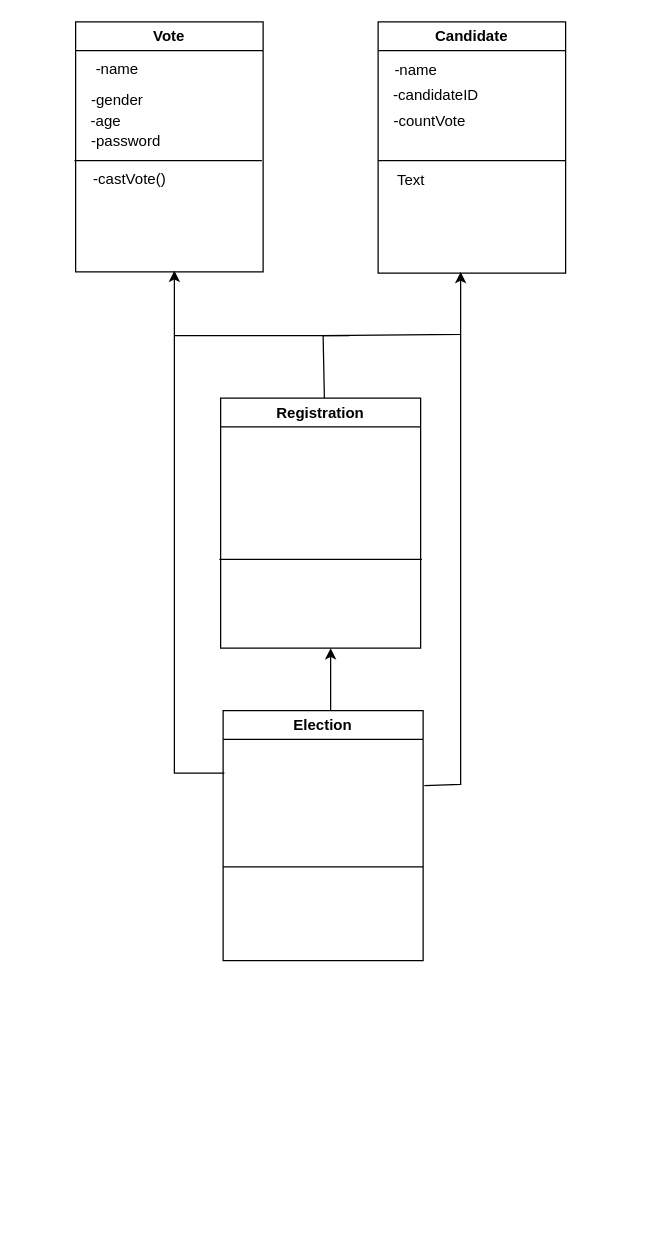
Earlier version of the draw.io diagram Election.drawio (BabatundeOla1/Election-Snacks). Source tidied: cells renumbered, new cells numbered last; positions are measured from the earlier drawing's top-left corner, leaving out a move shared by most shapes. Both pictures are drawn from the tidied source at 125%, with x=0, y=0 at pixel (74, 21).
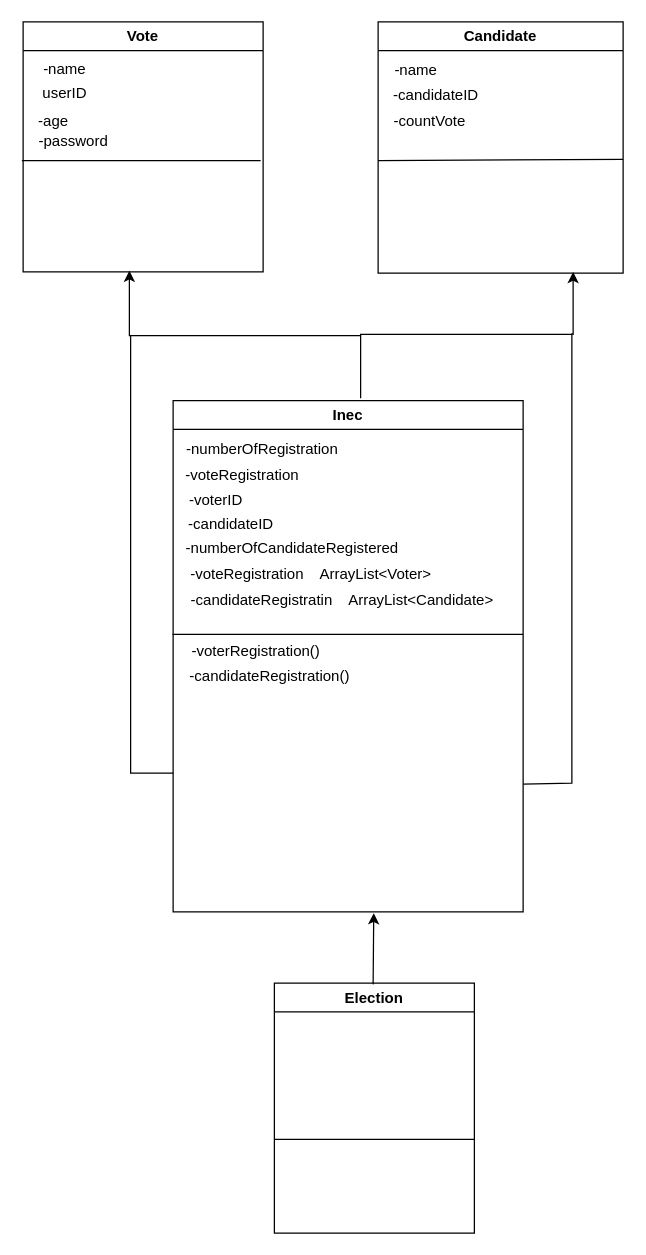
After the change.

Change to the diagram source:
```diff
@@
     <mxCell id="2" value="Vote" style="swimlane;whiteSpace=wrap;html=1;startSize=23;" parent="1" vertex="1">
-      <mxGeometry x="1" width="150" height="200" as="geometry" />
+      <mxGeometry x="-41" width="192" height="200" as="geometry" />
     </mxCell>
@@
-    <mxCell id="5" value="-gender" style="text;html=1;align=center;verticalAlign=middle;strokeColor=none;fillColor=none;" parent="2" vertex="1">
-      <mxGeometry x="3" y="48" width="60" height="30" as="geometry" />
+    <mxCell id="5" value="userID" style="text;html=1;align=center;verticalAlign=middle;strokeColor=none;fillColor=none;" parent="2" vertex="1">
+      <mxGeometry x="3" y="42" width="60" height="30" as="geometry" />
     </mxCell>
@@
-    <mxCell id="7" value="-castVote()" style="text;html=1;align=center;verticalAlign=middle;strokeColor=none;fillColor=none;" parent="2" vertex="1">
-      <mxGeometry x="3" y="111" width="80" height="30" as="geometry" />
-    </mxCell>
     <mxCell id="8" style="endArrow=none;html=1;rounded=0;" parent="2" edge="1">
       <mxGeometry relative="1" as="geometry">
         <mxPoint x="-1" y="111" as="sourcePoint" />
-        <mxPoint x="149" y="111" as="targetPoint" />
+        <mxPoint x="190" y="111" as="targetPoint" />
       </mxGeometry>
     </mxCell>
     <mxCell id="9" value="Candidate" style="swimlane;whiteSpace=wrap;html=1;" parent="1" vertex="1">
-      <mxGeometry x="243" width="150" height="201" as="geometry" />
+      <mxGeometry x="243" width="196" height="201" as="geometry" />
     </mxCell>
     <mxCell id="10" style="endArrow=none;html=1;rounded=0;" parent="9" edge="1">
       <mxGeometry relative="1" as="geometry">
         <mxPoint y="111" as="sourcePoint" />
-        <mxPoint x="150" y="111" as="targetPoint" />
+        <mxPoint x="196" y="110" as="targetPoint" />
       </mxGeometry>
     </mxCell>
-    <mxCell id="11" value="Registration" style="swimlane;whiteSpace=wrap;html=1;" parent="1" vertex="1">
-      <mxGeometry x="117" y="301" width="160" height="200" as="geometry" />
+    <mxCell id="11" value="Inec" style="swimlane;whiteSpace=wrap;html=1;startSize=23;" parent="1" vertex="1">
+      <mxGeometry x="79" y="303" width="280" height="409" as="geometry" />
     </mxCell>
     <mxCell id="12" style="endArrow=none;html=1;rounded=0;" parent="11" edge="1">
       <mxGeometry relative="1" as="geometry">
-        <mxPoint x="-1" y="129" as="sourcePoint" />
-        <mxPoint x="161" y="129" as="targetPoint" />
+        <mxPoint x="-0.5" y="187" as="sourcePoint" />
+        <mxPoint x="280" y="187" as="targetPoint" />
       </mxGeometry>
     </mxCell>
+    <mxCell id="24" value="-numberOfRegistration" style="text;html=1;align=center;verticalAlign=middle;strokeColor=none;fillColor=none;" parent="11" vertex="1">
+      <mxGeometry x="1" y="24" width="140" height="30" as="geometry" />
+    </mxCell>
     <mxCell id="13" style="endArrow=classic;html=1;rounded=0;" parent="1" edge="1">
       <mxGeometry relative="1" as="geometry">
-        <mxPoint x="200" y="301" as="sourcePoint" />
-        <mxPoint x="309" y="200" as="targetPoint" />
+        <mxPoint x="229" y="301" as="sourcePoint" />
+        <mxPoint x="399" y="200" as="targetPoint" />
         <Array as="points">
-          <mxPoint x="199" y="251" />
-          <mxPoint x="309" y="250" />
+          <mxPoint x="229" y="250" />
+          <mxPoint x="399" y="250" />
         </Array>
       </mxGeometry>
     </mxCell>
     <mxCell id="14" style="endArrow=classic;html=1;rounded=0;" parent="1" edge="1">
       <mxGeometry relative="1" as="geometry">
-        <mxPoint x="220" y="251" as="sourcePoint" />
-        <mxPoint x="80" y="199" as="targetPoint" />
+        <mxPoint x="229" y="251" as="sourcePoint" />
+        <mxPoint x="44" y="199" as="targetPoint" />
         <Array as="points">
-          <mxPoint x="80" y="251" />
+          <mxPoint x="44" y="251" />
         </Array>
       </mxGeometry>
     </mxCell>
     <mxCell id="15" value="Election" style="swimlane;whiteSpace=wrap;html=1;" parent="1" vertex="1">
-      <mxGeometry x="119" y="551" width="160" height="200" as="geometry" />
+      <mxGeometry x="160" y="769" width="160" height="200" as="geometry" />
     </mxCell>
@@
-    <mxCell id="17" style="endArrow=none;html=1;rounded=0;" parent="1" edge="1">
+    <mxCell id="17" style="endArrow=none;html=1;rounded=0;exitX=1;exitY=0.75;exitDx=0;exitDy=0;" parent="1" edge="1" source="11">
       <mxGeometry relative="1" as="geometry">
-        <mxPoint x="280" y="611" as="sourcePoint" />
-        <mxPoint x="309" y="250" as="targetPoint" />
+        <mxPoint x="398" y="249" as="targetPoint" />
         <Array as="points">
-          <mxPoint x="309" y="610" />
+          <mxPoint x="398" y="609" />
         </Array>
       </mxGeometry>
     </mxCell>
     <mxCell id="18" style="endArrow=none;html=1;rounded=0;" parent="1" edge="1">
       <mxGeometry relative="1" as="geometry">
-        <mxPoint x="120" y="601" as="sourcePoint" />
-        <mxPoint x="80" y="251" as="targetPoint" />
+        <mxPoint x="79" y="601" as="sourcePoint" />
+        <mxPoint x="45" y="251" as="targetPoint" />
         <Array as="points">
-          <mxPoint x="100" y="601" />
-          <mxPoint x="80" y="601" />
+          <mxPoint x="65" y="601" />
+          <mxPoint x="45" y="601" />
         </Array>
       </mxGeometry>
     </mxCell>
     <mxCell id="19" style="endArrow=classic;html=1;rounded=0;" parent="1" edge="1">
       <mxGeometry relative="1" as="geometry">
-        <mxPoint x="205" y="551" as="sourcePoint" />
-        <mxPoint x="205" y="501" as="targetPoint" />
+        <mxPoint x="239" y="770" as="sourcePoint" />
+        <mxPoint x="239.5" y="713" as="targetPoint" />
       </mxGeometry>
     </mxCell>
@@
-    <mxCell id="23" value="Text" style="text;html=1;align=center;verticalAlign=middle;strokeColor=none;fillColor=none;" parent="1" vertex="1">
-      <mxGeometry x="244" y="112" width="50" height="30" as="geometry" />
-    </mxCell>
+    <mxCell id="25" value="-voteRegistration" style="text;html=1;align=center;verticalAlign=middle;strokeColor=none;fillColor=none;" parent="1" vertex="1">
+      <mxGeometry x="79" y="348" width="110" height="30" as="geometry" />
+    </mxCell>
+    <mxCell id="26" value="-voterID" style="text;html=1;align=center;verticalAlign=middle;strokeColor=none;fillColor=none;" parent="1" vertex="1">
+      <mxGeometry x="78" y="368" width="70" height="30" as="geometry" />
+    </mxCell>
+    <mxCell id="27" value="-candidateID" style="text;html=1;align=center;verticalAlign=middle;strokeColor=none;fillColor=none;" parent="1" vertex="1">
+      <mxGeometry x="80" y="387" width="90" height="30" as="geometry" />
+    </mxCell>
+    <mxCell id="28" value="-numberOfCandidateRegistered" style="text;html=1;align=center;verticalAlign=middle;strokeColor=none;fillColor=none;" parent="1" vertex="1">
+      <mxGeometry x="79" y="406" width="190" height="30" as="geometry" />
+    </mxCell>
+    <mxCell id="29" value="-voteRegistration&amp;nbsp; &amp;nbsp; ArrayList&amp;lt;Voter&amp;gt;" style="text;html=1;align=center;verticalAlign=middle;strokeColor=none;fillColor=none;" parent="1" vertex="1">
+      <mxGeometry x="79" y="427" width="220" height="30" as="geometry" />
+    </mxCell>
+    <mxCell id="30" value="-candidateRegistratin&amp;nbsp; &amp;nbsp; ArrayList&amp;lt;Candidate&amp;gt;" style="text;html=1;align=center;verticalAlign=middle;strokeColor=none;fillColor=none;" parent="1" vertex="1">
+      <mxGeometry x="79" y="448" width="270" height="30" as="geometry" />
+    </mxCell>
+    <mxCell id="31" value="-voterRegistration()" style="text;html=1;align=center;verticalAlign=middle;strokeColor=none;fillColor=none;" parent="1" vertex="1">
+      <mxGeometry x="80" y="489" width="130" height="30" as="geometry" />
+    </mxCell>
+    <mxCell id="32" value="-candidateRegistration()" style="text;html=1;align=center;verticalAlign=middle;strokeColor=none;fillColor=none;" parent="1" vertex="1">
+      <mxGeometry x="81" y="509" width="150" height="30" as="geometry" />
+    </mxCell>
```
